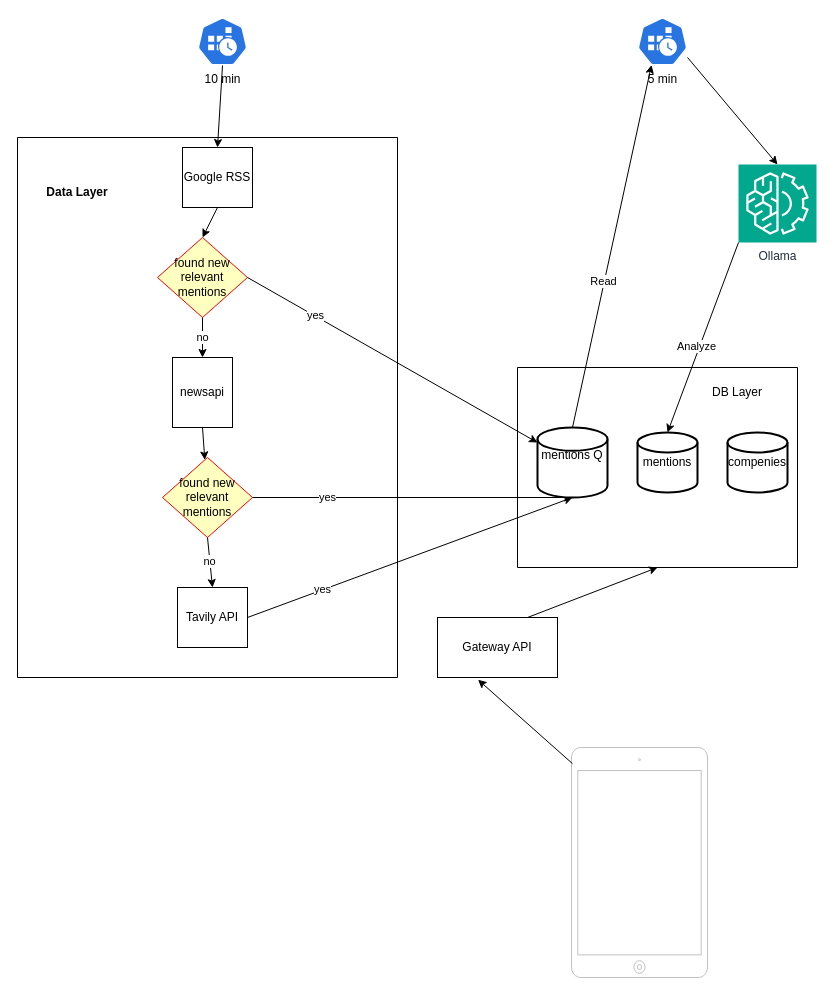
ytzlax/ourcrowd keeps this draw.io diagram as charts/system.drawio. Above is the earlier version. Source tidied: cells renumbered, new cells numbered last; positions are measured from the earlier drawing's top-left corner, leaving out a move shared by most shapes. Both pictures are drawn from the tidied source at 100%, with x=0, y=0 at pixel (17, 17).
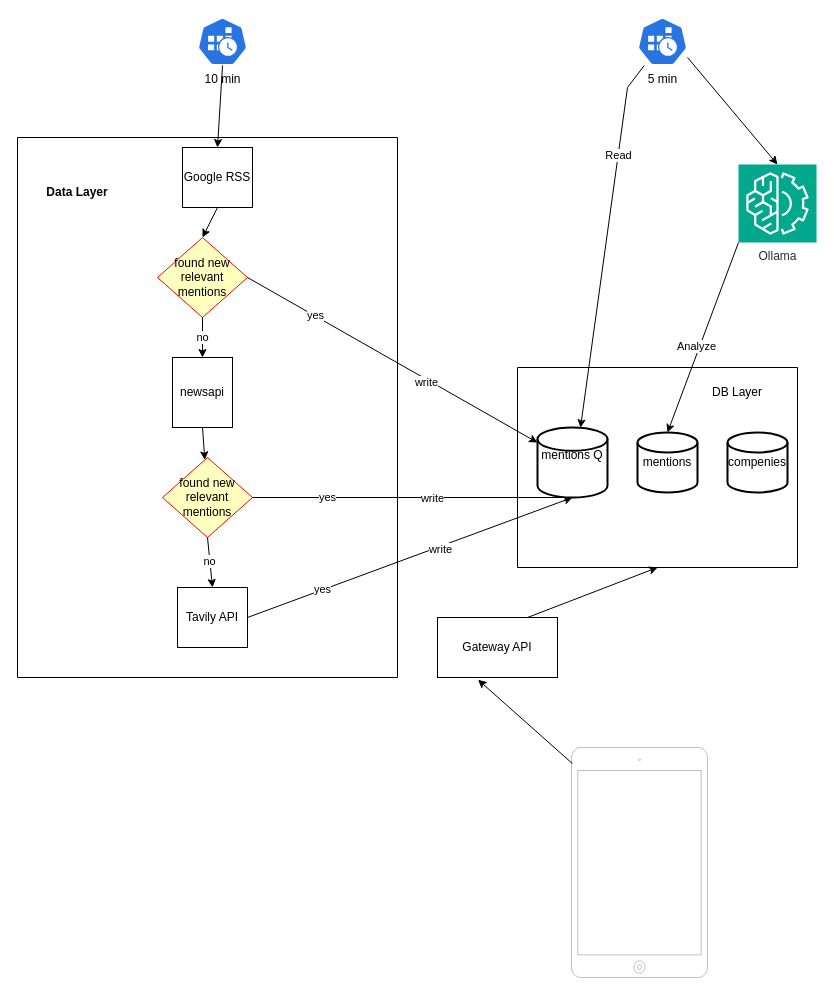
Above is the later version.

Commit message (it also covers changes not shown here):
feat(chart): rupdate b chart

The change refers to these unchanged cells:
```xml
<mxCell id="15" value="5 min" style="sketch=0;html=1;dashed=0;whitespace=wrap;verticalLabelPosition=bottom;verticalAlign=top;fillColor=#2875E2;strokeColor=#ffffff;points=[[0.005,0.63,0],[0.1,0.2,0],[0.9,0.2,0],[0.5,0,0],[0.995,0.63,0],[0.72,0.99,0],[0.5,1,0],[0.28,0.99,0]];shape=mxgraph.kubernetes.icon2;prIcon=cronjob;" parent="1" vertex="1">
  <mxGeometry x="620" width="50" height="48" as="geometry" />
</mxCell>
<mxCell id="17" style="endArrow=classic;html=1;rounded=0;exitX=1;exitY=0.5;exitDx=0;exitDy=0;" parent="1" edge="1" source="6" target="31">
  <mxGeometry relative="1" as="geometry" />
</mxCell>
<mxCell id="19" style="endArrow=classic;html=1;rounded=0;exitX=1;exitY=0.5;exitDx=0;exitDy=0;entryX=0.5;entryY=1;entryDx=0;entryDy=0;entryPerimeter=0;" parent="1" edge="1" source="10" target="31">
  <mxGeometry relative="1" as="geometry" />
</mxCell>
<mxCell id="21" style="endArrow=classic;html=1;rounded=0;exitX=1;exitY=0.5;exitDx=0;exitDy=0;entryX=0.5;entryY=1;entryDx=0;entryDy=0;entryPerimeter=0;" parent="1" edge="1" source="3" target="31">
  <mxGeometry relative="1" as="geometry" />
</mxCell>
<mxCell id="31" value="mentions Q&lt;div&gt;&lt;span style=&quot;white-space: pre;&quot;&gt;&#9;&lt;/span&gt;&lt;span style=&quot;white-space: pre;&quot;&gt;&#9;&lt;/span&gt;&lt;/div&gt;" style="strokeWidth=2;html=1;shape=mxgraph.flowchart.database;whiteSpace=wrap;" parent="30" vertex="1">
  <mxGeometry x="20" y="60" width="70" height="70" as="geometry" />
</mxCell>
```

Change to the diagram source:
```diff
@@
+    <mxCell id="39" value="write" style="edgeLabel;html=1;align=center;verticalAlign=middle;" parent="17" vertex="1">
+      <mxGeometry x="0.24" y="-3" relative="1" as="geometry">
+        <mxPoint y="-1" as="offset" />
+      </mxGeometry>
+    </mxCell>
@@
+    <mxCell id="40" value="write" style="edgeLabel;html=1;align=center;verticalAlign=middle;" parent="19" vertex="1">
+      <mxGeometry x="0.12" relative="1" as="geometry" />
+    </mxCell>
@@
+    <mxCell id="41" value="write" style="edgeLabel;html=1;align=center;verticalAlign=middle;" parent="21" vertex="1">
+      <mxGeometry x="0.18" y="-2" relative="1" as="geometry" />
+    </mxCell>
@@
-    <mxCell id="24" style="endArrow=classic;html=1;rounded=0;exitX=0.5;exitY=0;exitDx=0;exitDy=0;exitPerimeter=0;entryX=0.28;entryY=0.99;entryDx=0;entryDy=0;entryPerimeter=0;" parent="1" edge="1" source="31" target="15">
-      <mxGeometry relative="1" as="geometry" />
-    </mxCell>
-    <mxCell id="25" value="Read" style="edgeLabel;html=1;align=center;verticalAlign=middle;" parent="24" vertex="1">
-      <mxGeometry x="-0.19" y="1" relative="1" as="geometry" />
-    </mxCell>
@@
+    <mxCell id="42" style="endArrow=classic;html=1;rounded=0;entryX=0.614;entryY=0.003;entryDx=0;entryDy=0;entryPerimeter=0;" parent="1" edge="1" source="15" target="31">
+      <mxGeometry relative="1" as="geometry">
+        <Array as="points">
+          <mxPoint x="610" y="70" />
+        </Array>
+      </mxGeometry>
+    </mxCell>
+    <mxCell id="25" value="Read" style="edgeLabel;html=1;align=center;verticalAlign=middle;" parent="42" vertex="1">
+      <mxGeometry x="-0.48" relative="1" as="geometry" />
+    </mxCell>
```
